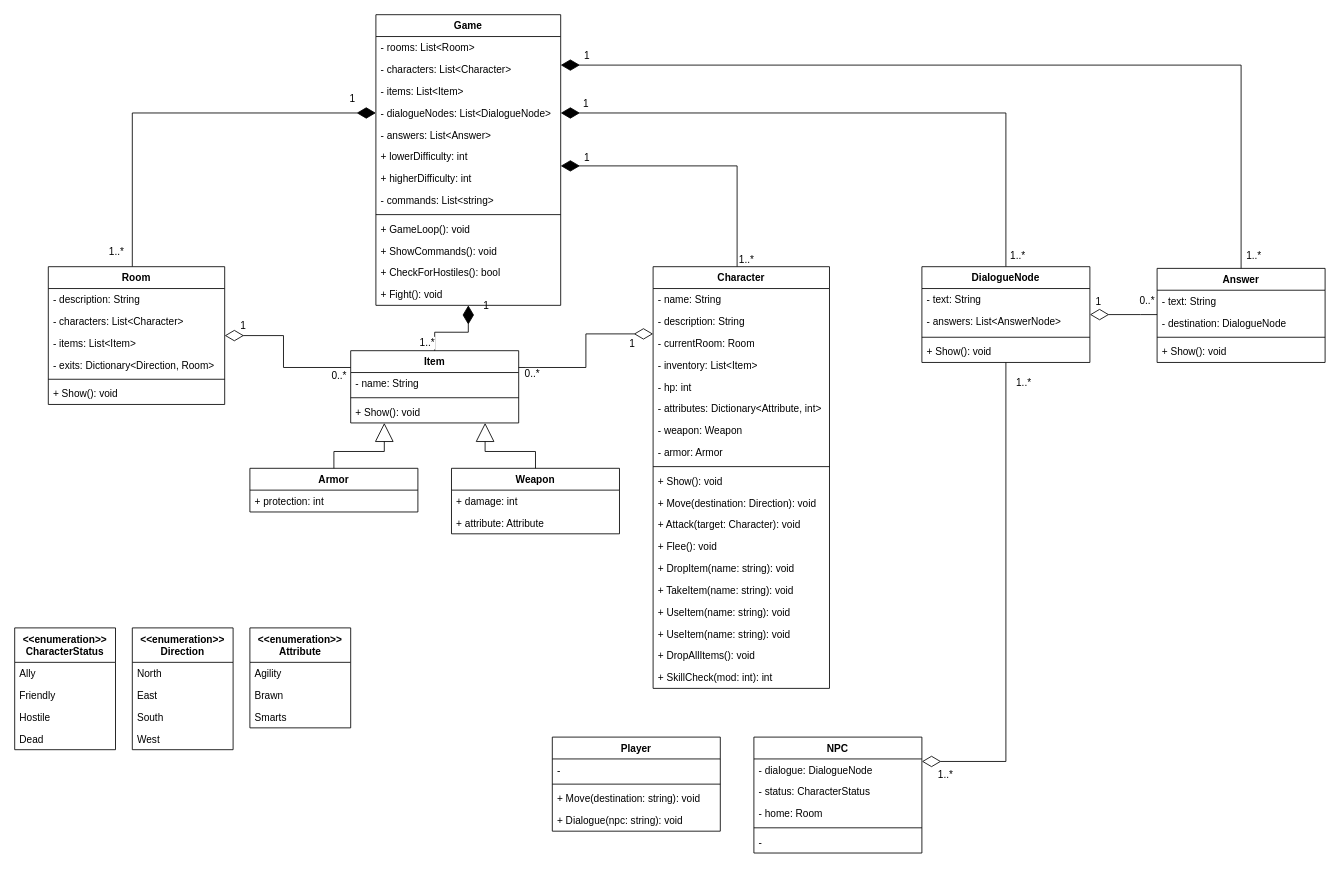
This is page "Classes" (2 of 3) of Diagrams/Legends of Antir Diagrams.drawio from qogoist/LegendsOfAntir, a draw.io file, before an edit. Source tidied: cells renumbered, new cells numbered last; positions are measured from the earlier drawing's top-left corner, leaving out a move shared by most shapes. Both pictures are drawn from the tidied source at 84%, with x=0, y=0 at pixel (14, 14).
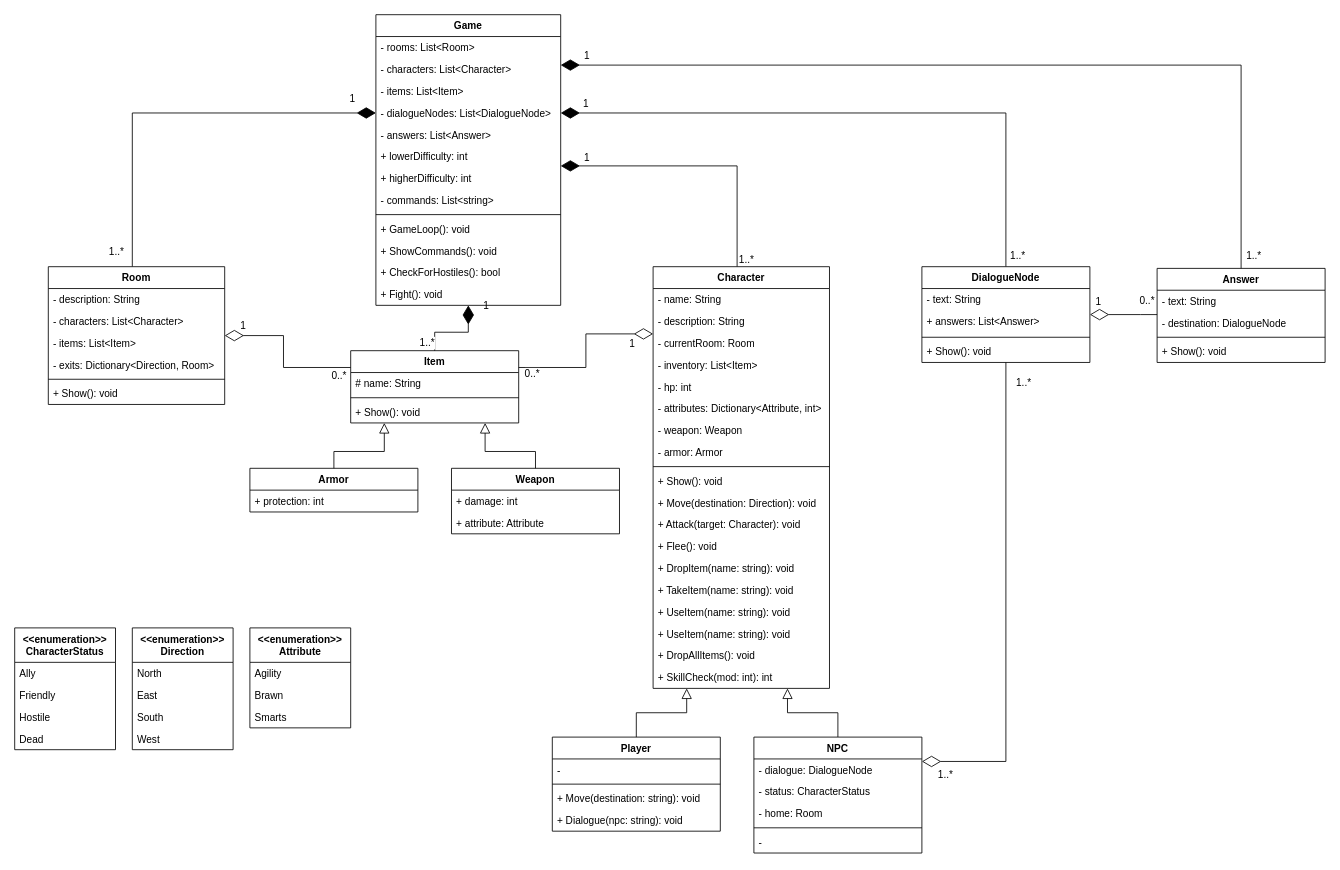
After the change.

Unchanged cells that the change refers to:
```xml
<mxCell id="15" value="Character" style="swimlane;fontStyle=1;align=center;verticalAlign=top;horizontal=1;startSize=26;" parent="1" vertex="1">
  <mxGeometry x="760" y="300" width="210" height="502" as="geometry" />
</mxCell>
<mxCell id="35" value="NPC" style="swimlane;fontStyle=1;align=center;verticalAlign=top;horizontal=1;startSize=26;" parent="1" vertex="1">
  <mxGeometry x="880" y="860" width="200" height="138" as="geometry" />
</mxCell>
<mxCell id="47" value="DialogueNode" style="swimlane;fontStyle=1;align=center;verticalAlign=top;horizontal=1;startSize=26;" parent="1" vertex="1">
  <mxGeometry x="1080" y="300" width="200" height="114" as="geometry" />
</mxCell>
<mxCell id="72" value="Item" style="swimlane;fontStyle=1;align=center;verticalAlign=top;horizontal=1;startSize=26;fillColor=none;" parent="1" vertex="1">
  <mxGeometry x="400" y="400" width="200" height="86" as="geometry" />
</mxCell>
<mxCell id="90" value="Player" style="swimlane;fontStyle=1;align=center;verticalAlign=top;horizontal=1;startSize=26;fillColor=none;" parent="1" vertex="1">
  <mxGeometry x="640" y="860" width="200" height="112" as="geometry" />
</mxCell>
<mxCell id="106" value="Armor" style="swimlane;fontStyle=1;align=center;verticalAlign=top;horizontal=1;startSize=26;fillColor=none;" parent="1" vertex="1">
  <mxGeometry x="280" y="540" width="200" height="52" as="geometry" />
</mxCell>
<mxCell id="109" value="Weapon" style="swimlane;fontStyle=1;align=center;verticalAlign=top;horizontal=1;startSize=26;fillColor=none;" parent="1" vertex="1">
  <mxGeometry x="520" y="540" width="200" height="78" as="geometry" />
</mxCell>
```

What changed in the source:
```diff
@@
+    <mxCell id="116" style="edgeStyle=orthogonalEdgeStyle;rounded=0;jettySize=auto;html=1;endArrow=block;endFill=0;endSize=10;" parent="1" edge="1" source="35" target="15">
+      <mxGeometry relative="1" as="geometry">
+        <Array as="points">
+          <mxPoint x="980" y="831" />
+          <mxPoint x="920" y="831" />
+        </Array>
+      </mxGeometry>
+    </mxCell>
@@
-    <mxCell id="49" value="- answers: List&lt;AnswerNode&gt;" style="text;strokeColor=none;fillColor=none;align=left;verticalAlign=top;spacingLeft=4;spacingRight=4;overflow=hidden;" parent="47" vertex="1">
+    <mxCell id="49" value="+ answers: List&lt;Answer&gt;" style="text;strokeColor=none;fillColor=none;align=left;verticalAlign=top;spacingLeft=4;spacingRight=4;overflow=hidden;" parent="47" vertex="1">
       <mxGeometry y="52" width="200" height="28" as="geometry" />
     </mxCell>
@@
-    <mxCell id="73" value="- name: String" style="text;strokeColor=none;fillColor=none;align=left;verticalAlign=top;spacingLeft=4;spacingRight=4;overflow=hidden;" parent="72" vertex="1">
+    <mxCell id="73" value="# name: String" style="text;strokeColor=none;fillColor=none;align=left;verticalAlign=top;spacingLeft=4;spacingRight=4;overflow=hidden;" parent="72" vertex="1">
       <mxGeometry y="26" width="200" height="26" as="geometry" />
     </mxCell>
@@
+    <mxCell id="117" style="edgeStyle=orthogonalEdgeStyle;rounded=0;jettySize=auto;html=1;endArrow=block;endFill=0;endSize=10;" parent="1" edge="1" source="90" target="15">
+      <mxGeometry relative="1" as="geometry">
+        <Array as="points">
+          <mxPoint x="740" y="831" />
+          <mxPoint x="800" y="831" />
+        </Array>
+      </mxGeometry>
+    </mxCell>
@@
-    <mxCell id="105" style="edgeStyle=orthogonalEdgeStyle;rounded=0;jettySize=auto;html=1;endArrow=block;endFill=0;endSize=20;" parent="1" edge="1" source="106" target="72">
+    <mxCell id="105" style="edgeStyle=orthogonalEdgeStyle;rounded=0;jettySize=auto;html=1;endArrow=block;endFill=0;endSize=10;" parent="1" edge="1" source="106" target="72">
       <mxGeometry relative="1" as="geometry">
         <Array as="points">
           <mxPoint x="380" y="520" />
           <mxPoint x="440" y="520" />
         </Array>
       </mxGeometry>
     </mxCell>
@@
-    <mxCell id="108" style="edgeStyle=orthogonalEdgeStyle;rounded=0;jettySize=auto;html=1;endArrow=block;endFill=0;endSize=20;" parent="1" edge="1" source="109" target="72">
+    <mxCell id="108" style="edgeStyle=orthogonalEdgeStyle;rounded=0;jettySize=auto;html=1;endArrow=block;endFill=0;endSize=10;" parent="1" edge="1" source="109" target="72">
       <mxGeometry relative="1" as="geometry">
         <Array as="points">
           <mxPoint x="620" y="520" />
           <mxPoint x="560" y="520" />
         </Array>
       </mxGeometry>
     </mxCell>
```
